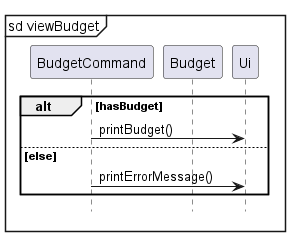
The PlantUML diagram docs/images/viewBudget.png in nus-cs2113-AY2324S1/tp, before a commit.
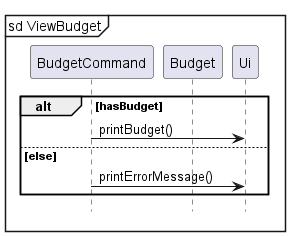
After the commit.

Change to the diagram source:
```diff
@@ -1,6 +1,6 @@
 @startuml
 
-mainframe sd viewBudget
+mainframe sd ViewBudget
 participant BudgetCommand
 participant Budget
 participant Ui
```
